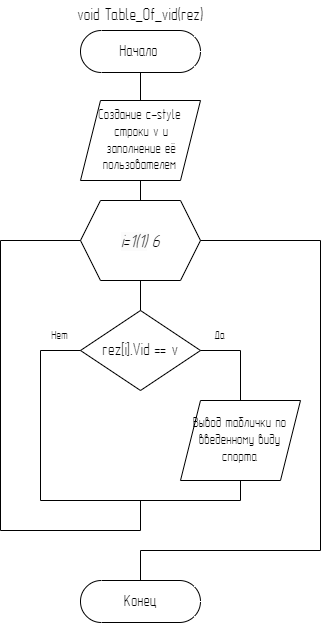
KirillBaboshko/LaB_VP7 keeps this draw.io diagram as LAB_VP_7_1_3.png. Above is the earlier version. Source tidied: cells renumbered, new cells last; positions are measured from the earlier drawing's top-left corner, leaving out a move shared by most shapes.
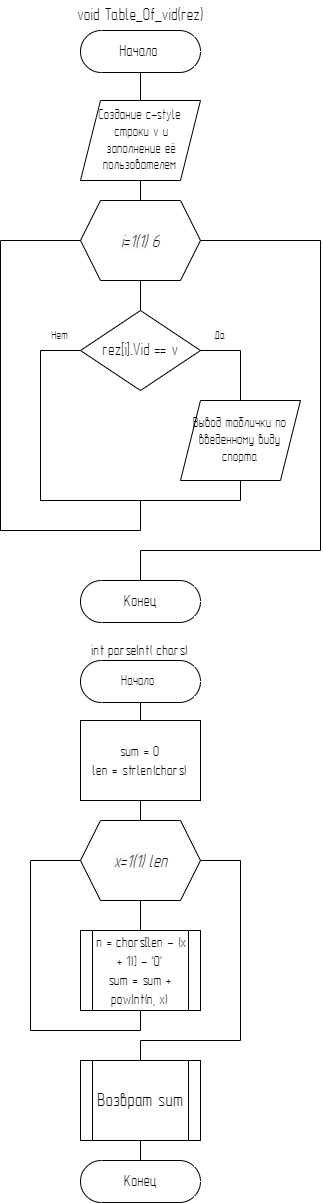
The same file after the commit.

Change to the diagram source:
```diff
@@ -97,5 +97,63 @@
     <mxCell id="20" value="&lt;span style=&quot;font-size: 16px;&quot;&gt;Конец&lt;/span&gt;" style="html=1;dashed=0;whiteSpace=wrap;shape=mxgraph.dfd.start;fontFamily=GOST type A;" parent="1" vertex="1">
       <mxGeometry x="80" y="580" width="120" height="42" as="geometry" />
     </mxCell>
+    <mxCell id="21" value="&lt;font style=&quot;font-size: 14px;&quot;&gt;Начало&amp;nbsp;&lt;/font&gt;" style="html=1;dashed=0;whiteSpace=wrap;shape=mxgraph.dfd.start;fontFamily=GOST type A;" parent="1" vertex="1">
+      <mxGeometry x="80" y="660" width="120" height="42" as="geometry" />
+    </mxCell>
+    <mxCell id="22" value="&lt;font face=&quot;GOST Type A&quot; style=&quot;font-size: 15px;&quot;&gt;int parseInt( chars)&lt;/font&gt;" style="text;html=1;strokeColor=none;fillColor=none;align=center;verticalAlign=middle;whiteSpace=wrap;rounded=0;" parent="1" vertex="1">
+      <mxGeometry x="70" y="640" width="140" height="20" as="geometry" />
+    </mxCell>
+    <mxCell id="23" style="endArrow=none;html=1;rounded=0;entryX=0.5;entryY=0.5;entryDx=0;entryDy=21;entryPerimeter=0;exitX=0.5;exitY=0;exitDx=0;exitDy=0;" parent="1" edge="1" source="24" target="21">
+      <mxGeometry relative="1" as="geometry" />
+    </mxCell>
+    <mxCell id="24" value="&lt;div style=&quot;font-size: 15px;&quot;&gt;&lt;div style=&quot;&quot;&gt;&lt;div&gt;&lt;font face=&quot;GOST Type A&quot;&gt;sum = 0&lt;/font&gt;&lt;/div&gt;&lt;div&gt;&lt;font face=&quot;GOST Type A&quot;&gt;len = strlen(chars)&lt;/font&gt;&lt;/div&gt;&lt;/div&gt;&lt;/div&gt;" style="rounded=0;whiteSpace=wrap;html=1;" parent="1" vertex="1">
+      <mxGeometry x="80" y="720" width="120" height="80" as="geometry" />
+    </mxCell>
+    <mxCell id="25" style="endArrow=none;html=1;rounded=0;exitX=0.5;exitY=1;exitDx=0;exitDy=0;entryX=0.5;entryY=0;entryDx=0;entryDy=0;" parent="1" edge="1" source="24" target="26">
+      <mxGeometry relative="1" as="geometry" />
+    </mxCell>
+    <mxCell id="26" value="&lt;font style=&quot;font-size: 18px;&quot;&gt;&lt;font style=&quot;font-size: 18px;&quot; face=&quot;GOST Type A&quot;&gt;&lt;i style=&quot;border-color: var(--border-color); color: rgb(0, 0, 0); font-variant-ligatures: normal; font-variant-caps: normal; font-weight: 400; letter-spacing: normal; orphans: 2; text-align: center; text-indent: 0px; text-transform: none; widows: 2; word-spacing: 0px; -webkit-text-stroke-width: 0px; background-color: rgb(251, 251, 251); text-decoration-thickness: initial; text-decoration-style: initial; text-decoration-color: initial;&quot;&gt;x=1(1)&lt;/i&gt;&lt;/font&gt;&lt;font style=&quot;font-size: 18px;&quot; face=&quot;GOST Type A&quot;&gt;&lt;i&gt;&amp;nbsp;len&lt;/i&gt;&lt;/font&gt;&lt;/font&gt;" style="shape=hexagon;perimeter=hexagonPerimeter2;whiteSpace=wrap;html=1;fixedSize=1;fontSize=20;" parent="1" vertex="1">
+      <mxGeometry x="80" y="820" width="120" height="80" as="geometry" />
+    </mxCell>
+    <mxCell id="27" style="endArrow=none;html=1;rounded=0;entryX=0.5;entryY=1;entryDx=0;entryDy=0;" parent="1" edge="1" target="26">
+      <mxGeometry relative="1" as="geometry">
+        <mxPoint x="140" y="930" as="sourcePoint" />
+      </mxGeometry>
+    </mxCell>
+    <mxCell id="28" style="endArrow=none;html=1;rounded=0;exitX=0;exitY=0.5;exitDx=0;exitDy=0;entryX=0.5;entryY=1;entryDx=0;entryDy=0;" parent="1" edge="1" source="26">
+      <mxGeometry relative="1" as="geometry">
+        <mxPoint x="140" y="1010" as="targetPoint" />
+        <Array as="points">
+          <mxPoint x="30" y="860" />
+          <mxPoint x="30" y="1030" />
+          <mxPoint x="140" y="1030" />
+        </Array>
+      </mxGeometry>
+    </mxCell>
+    <mxCell id="29" style="endArrow=none;html=1;rounded=0;entryX=1;entryY=0.5;entryDx=0;entryDy=0;" parent="1" edge="1" target="26">
+      <mxGeometry relative="1" as="geometry">
+        <mxPoint x="140" y="1060" as="sourcePoint" />
+        <Array as="points">
+          <mxPoint x="140" y="1040" />
+          <mxPoint x="240" y="1040" />
+          <mxPoint x="240" y="860" />
+        </Array>
+      </mxGeometry>
+    </mxCell>
+    <mxCell id="30" value="&lt;div style=&quot;font-size: 15px;&quot;&gt;&lt;font style=&quot;font-size: 15px;&quot; face=&quot;GOST Type A&quot;&gt;&amp;nbsp;n = chars[len - (x + 1)] - '0'&lt;/font&gt;&lt;/div&gt;&lt;div style=&quot;font-size: 15px;&quot;&gt;&lt;font style=&quot;font-size: 15px;&quot; face=&quot;GOST Type A&quot;&gt;sum = sum + powInt(n, x)&lt;/font&gt;&lt;/div&gt;" style="shape=process;whiteSpace=wrap;html=1;backgroundOutline=1;" parent="1" vertex="1">
+      <mxGeometry x="80" y="930" width="120" height="80" as="geometry" />
+    </mxCell>
+    <mxCell id="31" value="&lt;font style=&quot;font-size: 19px;&quot; face=&quot;GOST Type A&quot;&gt;Возврат sum&lt;/font&gt;" style="shape=process;whiteSpace=wrap;html=1;backgroundOutline=1;" parent="1" vertex="1">
+      <mxGeometry x="80" y="1060" width="120" height="80" as="geometry" />
+    </mxCell>
+    <mxCell id="32" style="endArrow=none;html=1;rounded=0;entryX=0.5;entryY=1;entryDx=0;entryDy=0;" parent="1" edge="1">
+      <mxGeometry relative="1" as="geometry">
+        <mxPoint x="140" y="1160" as="sourcePoint" />
+        <mxPoint x="140" y="1140" as="targetPoint" />
+      </mxGeometry>
+    </mxCell>
+    <mxCell id="33" value="&lt;span style=&quot;font-size: 16px;&quot;&gt;Конец&lt;/span&gt;" style="html=1;dashed=0;whiteSpace=wrap;shape=mxgraph.dfd.start;fontFamily=GOST type A;" parent="1" vertex="1">
+      <mxGeometry x="80" y="1160" width="120" height="42" as="geometry" />
+    </mxCell>
   </root>
 </mxGraphModel>
```
